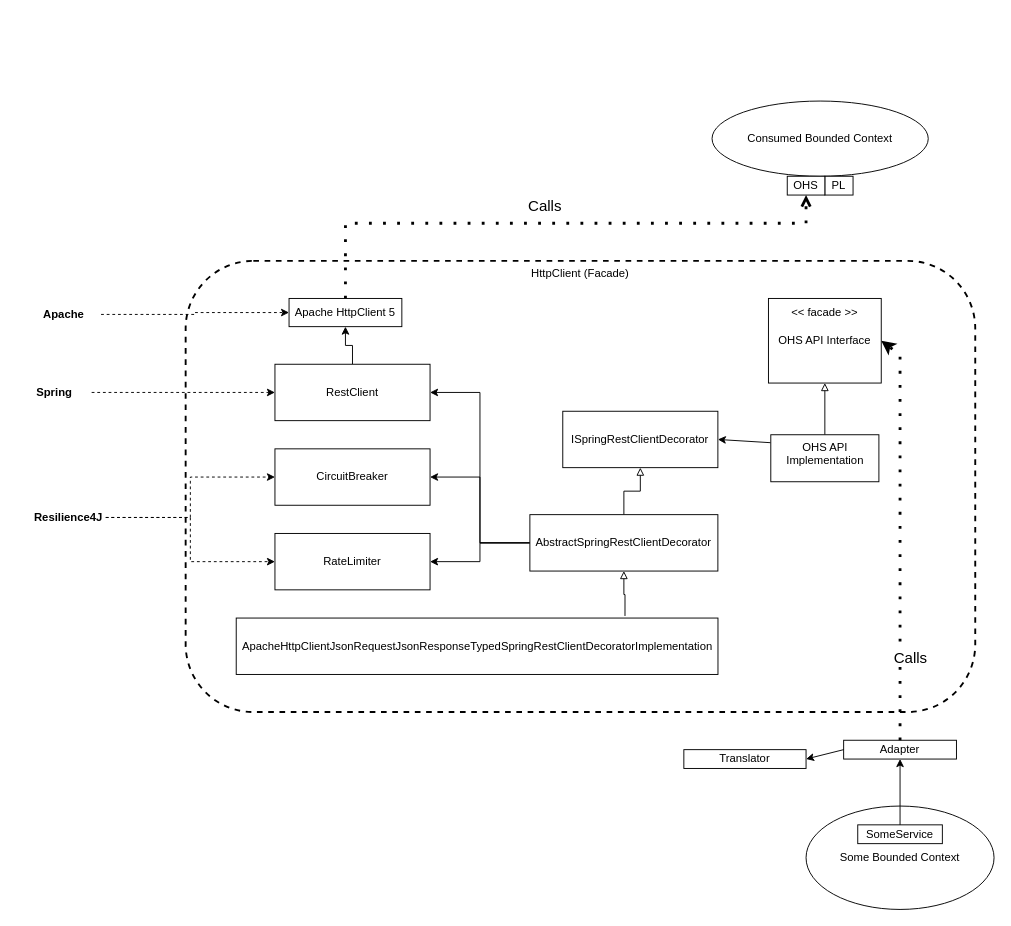
Above: page "Page-2" (2 of 2) of components/http-client/HTTP client diagrams.drawio in andres81/web-application-software-components (draw.io), before the change. Source tidied: cells renumbered, new cells numbered last; positions are measured from the earlier drawing's top-left corner, leaving out a move shared by most shapes. Both pictures are drawn from the tidied source at 94%, with x=0, y=0 at pixel (16, 101).
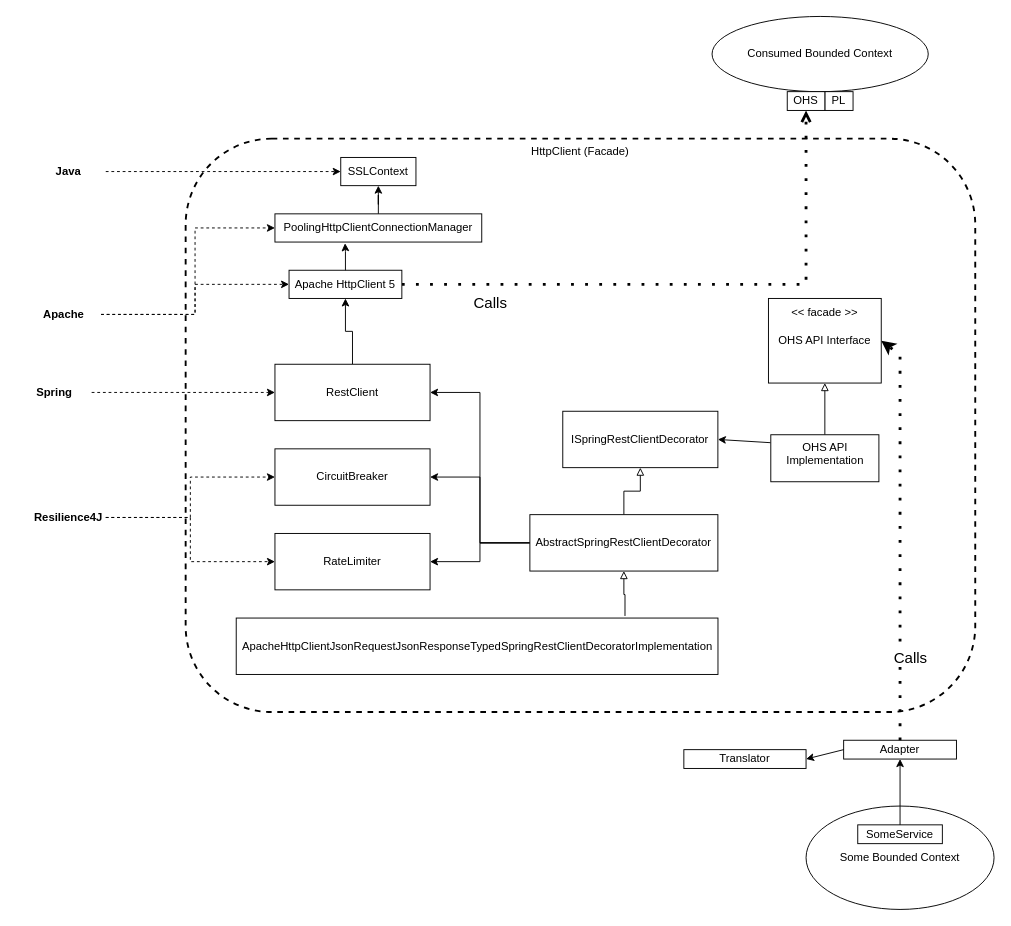
The same diagram, later.

Unchanged cells that the change refers to:
```xml
<mxCell id="40" value="Apache" style="text;align=center;fontStyle=1;verticalAlign=middle;spacingLeft=3;spacingRight=3;strokeColor=none;points=[[0,0.5],[1,0.5]];portConstraint=eastwest;html=1;" parent="1" vertex="1">
  <mxGeometry x="10" y="214" width="80" height="26" as="geometry" />
</mxCell>
```

Change to the diagram source:
```diff
@@
     <mxCell id="2" value="HttpClient (Facade)" style="rounded=1;whiteSpace=wrap;html=1;verticalAlign=top;dashed=1;strokeColor=light-dark(#000000,#00FF00);strokeWidth=2;" parent="1" vertex="1">
-      <mxGeometry x="180" y="170" width="840" height="480" as="geometry" />
+      <mxGeometry x="180" y="40" width="840" height="610" as="geometry" />
     </mxCell>
     <mxCell id="3" value="Consumed Bounded Context" style="ellipse;whiteSpace=wrap;html=1;shapeInside=1;" parent="1" vertex="1">
-      <mxGeometry x="740" width="230" height="80" as="geometry" />
+      <mxGeometry x="740" y="-90" width="230" height="80" as="geometry" />
     </mxCell>
@@
     <mxCell id="8" value="PL" style="rounded=0;whiteSpace=wrap;html=1;" parent="1" vertex="1">
-      <mxGeometry x="860" y="80" width="30" height="20" as="geometry" />
+      <mxGeometry x="860" y="-10" width="30" height="20" as="geometry" />
     </mxCell>
@@
     <mxCell id="11" value="OHS" style="rounded=0;whiteSpace=wrap;html=1;" parent="1" vertex="1">
-      <mxGeometry x="820" y="80" width="40" height="20" as="geometry" />
+      <mxGeometry x="820" y="-10" width="40" height="20" as="geometry" />
     </mxCell>
@@
-    <mxCell id="18" style="edgeStyle=orthogonalEdgeStyle;rounded=0;jettySize=auto;html=1;entryX=0.5;entryY=1;entryDx=0;entryDy=0;endArrow=open;endFill=0;dashed=1;dashPattern=1 4;strokeWidth=3;" parent="1" edge="1" source="20" target="11">
+    <mxCell id="18" style="edgeStyle=orthogonalEdgeStyle;rounded=0;jettySize=auto;html=1;entryX=0.5;entryY=1;entryDx=0;entryDy=0;endArrow=open;endFill=0;dashed=1;dashPattern=1 4;strokeWidth=3;exitX=1;exitY=0.5;exitDx=0;exitDy=0;" parent="1" edge="1" source="20" target="11">
       <mxGeometry relative="1" as="geometry">
         <Array as="points">
-          <mxPoint x="350" y="130" />
-          <mxPoint x="840" y="130" />
+          <mxPoint x="840" y="194.9" />
         </Array>
       </mxGeometry>
     </mxCell>
     <mxCell id="19" value="Calls" style="edgeLabel;html=1;align=center;verticalAlign=middle;fontSize=16;" parent="18" vertex="1">
       <mxGeometry x="-0.03" y="-5" relative="1" as="geometry">
-        <mxPoint y="-25" as="offset" />
+        <mxPoint x="-205" y="14" as="offset" />
       </mxGeometry>
     </mxCell>
     <mxCell id="20" value="Apache HttpClient 5" style="rounded=0;whiteSpace=wrap;html=1;" parent="1" vertex="1">
-      <mxGeometry x="290" y="210" width="120" height="30" as="geometry" />
+      <mxGeometry x="290" y="180" width="120" height="30" as="geometry" />
     </mxCell>
@@
+    <mxCell id="41" style="edgeStyle=orthogonalEdgeStyle;rounded=0;jettySize=auto;html=1;entryX=0;entryY=0.5;entryDx=0;entryDy=0;dashed=1;" parent="1" edge="1" source="40" target="44">
+      <mxGeometry relative="1" as="geometry">
+        <Array as="points">
+          <mxPoint x="190" y="227.1" />
+          <mxPoint x="190" y="134.9" />
+        </Array>
+      </mxGeometry>
+    </mxCell>
@@
+    <mxCell id="42" value="SSLContext" style="rounded=0;whiteSpace=wrap;html=1;" parent="1" vertex="1">
+      <mxGeometry x="345" y="60" width="80" height="30" as="geometry" />
+    </mxCell>
+    <mxCell id="43" style="edgeStyle=orthogonalEdgeStyle;rounded=0;jettySize=auto;html=1;entryX=0.5;entryY=1;entryDx=0;entryDy=0;" parent="1" edge="1" source="44" target="42">
+      <mxGeometry relative="1" as="geometry" />
+    </mxCell>
+    <mxCell id="44" value="PoolingHttpClientConnectionManager" style="rounded=0;whiteSpace=wrap;html=1;" parent="1" vertex="1">
+      <mxGeometry x="275" y="120" width="220" height="30" as="geometry" />
+    </mxCell>
+    <mxCell id="45" style="edgeStyle=orthogonalEdgeStyle;rounded=0;jettySize=auto;html=1;entryX=0.339;entryY=1.043;entryDx=0;entryDy=0;entryPerimeter=0;" parent="1" edge="1" source="20" target="44">
+      <mxGeometry relative="1" as="geometry" />
+    </mxCell>
+    <mxCell id="46" style="edgeStyle=orthogonalEdgeStyle;rounded=0;jettySize=auto;html=1;entryX=0;entryY=0.5;entryDx=0;entryDy=0;dashed=1;" parent="1" edge="1" source="47" target="42">
+      <mxGeometry relative="1" as="geometry" />
+    </mxCell>
+    <mxCell id="47" value="Java" style="text;align=center;fontStyle=1;verticalAlign=middle;spacingLeft=3;spacingRight=3;strokeColor=none;points=[[0,0.5],[1,0.5]];portConstraint=eastwest;html=1;" parent="1" vertex="1">
+      <mxGeometry x="15" y="62" width="80" height="26" as="geometry" />
+    </mxCell>
```
